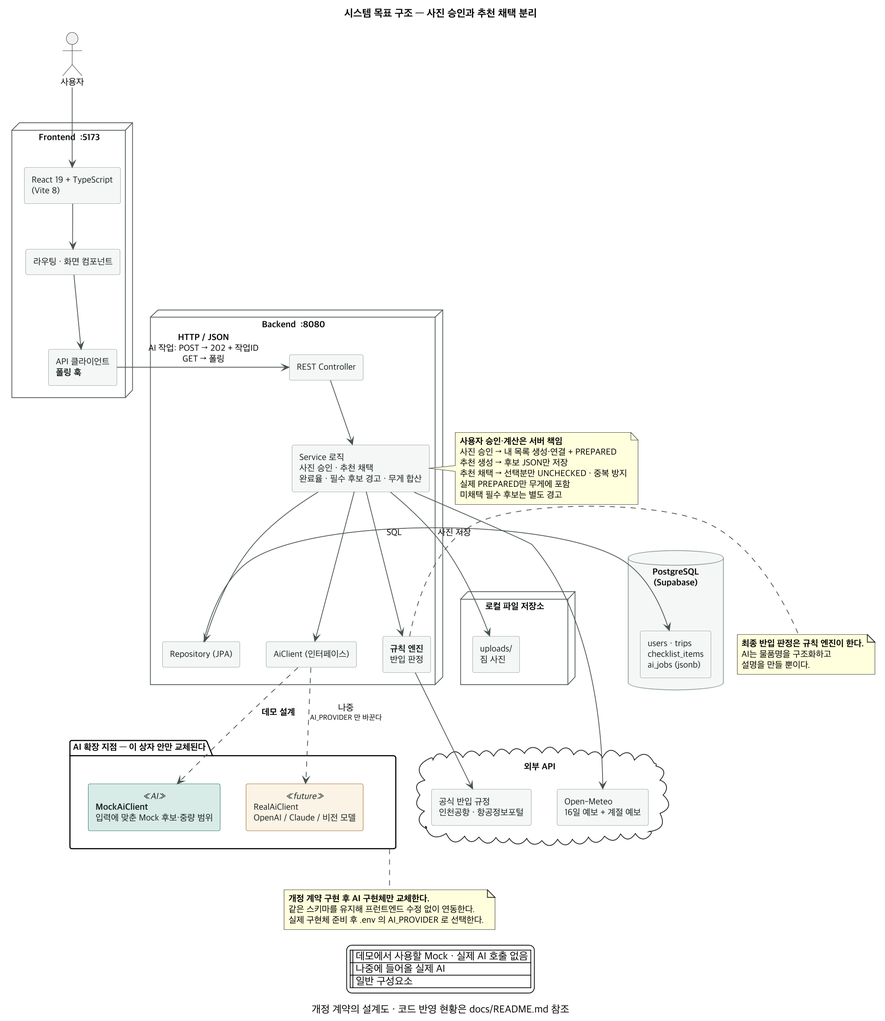
This is docs/images/04-architecture.png from SangMyeong5426/skala-mini-ai-web-service, a PlantUML export, as it was before one commit.
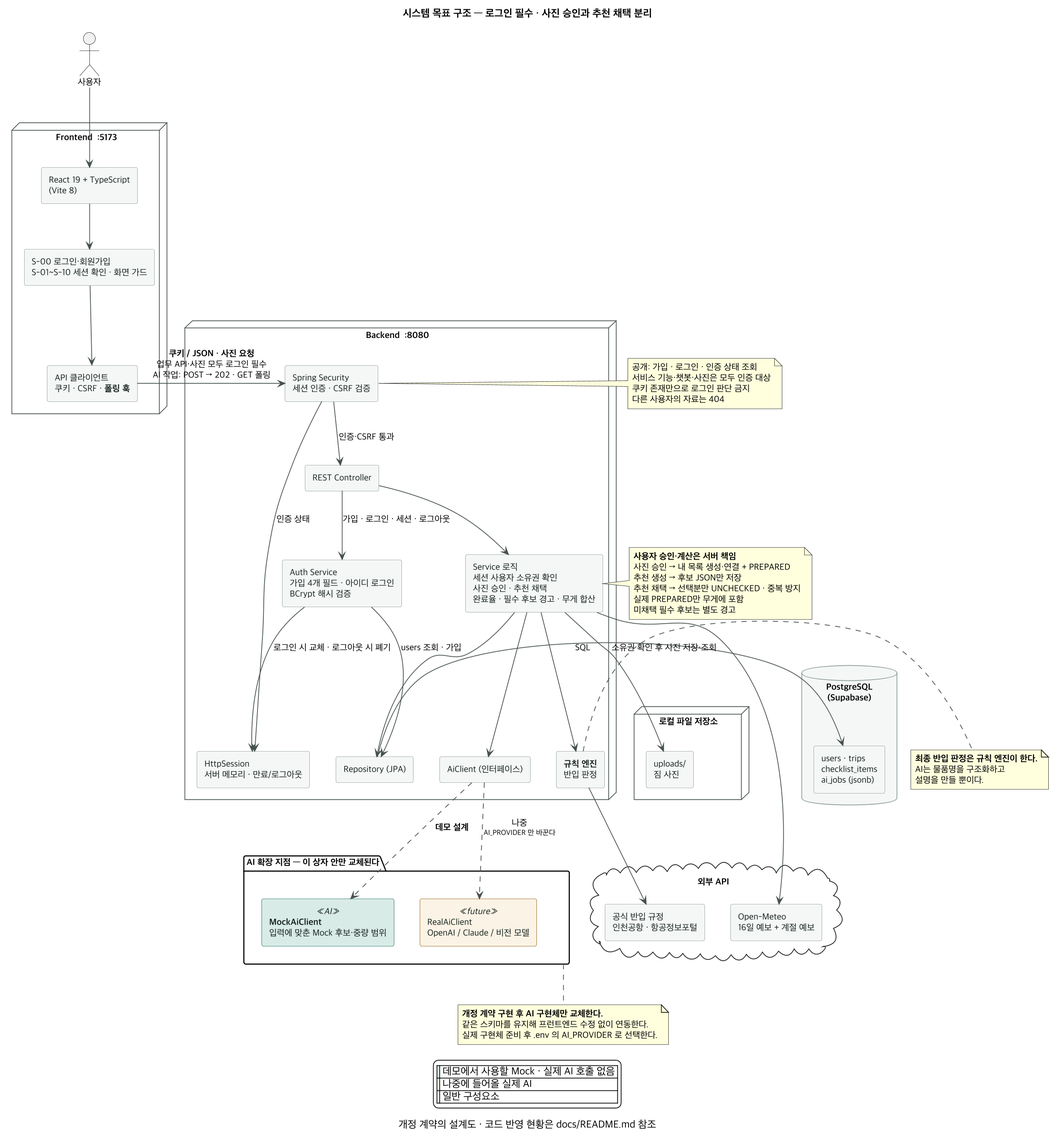
Later version of the same file.

Diff of the diagram source:
```diff
@@ -7,7 +7,7 @@
 skinparam defaultFontSize 12
 skinparam ArrowColor #46524E
 skinparam componentStyle rectangle
-title 시스템 목표 구조 — 사진 승인과 추천 채택 분리
+title 시스템 목표 구조 — 로그인 필수 · 사진 승인과 추천 채택 분리
 caption 개정 계약의 설계도 · 코드 반영 현황은 docs/README.md 참조
 
 skinparam component {
@@ -32,13 +32,16 @@
 
 node "Frontend  :5173" as FE {
   component "React 19 + TypeScript\n(Vite 8)" as FEAPP
-  component "라우팅 · 화면 컴포넌트" as FEUI
-  component "API 클라이언트\n**폴링 훅**" as FEAPI
+  component "S-00 로그인·회원가입\nS-01~S-10 세션 확인 · 화면 가드" as FEUI
+  component "API 클라이언트\n쿠키 · CSRF · **폴링 훅**" as FEAPI
 }
 
 node "Backend  :8080" as BE {
+  component "Spring Security\n세션 인증 · CSRF 검증" as SECURITY
+  component "HttpSession\n서버 메모리 · 만료/로그아웃" as SESSION
   component "REST Controller" as CTRL
-  component "Service 로직\n사진 승인 · 추천 채택\n완료율 · 필수 후보 경고 · 무게 합산" as SVC
+  component "Auth Service\n가입 4개 필드 · 아이디 로그인\nBCrypt 해시 검증" as AUTH
+  component "Service 로직\n세션 사용자 소유권 확인\n사진 승인 · 추천 채택\n완료율 · 필수 후보 경고 · 무게 합산" as SVC
   component "Repository (JPA)" as REPO
   component "**규칙 엔진**\n반입 판정" as RULE
   component "AiClient (인터페이스)" as IFACE
@@ -66,13 +69,18 @@
 FEAPP --> FEUI
 FEUI --> FEAPI
 
-FEAPI -right-> CTRL : **HTTP / JSON**\nAI 작업: POST → 202 + 작업ID\nGET → 폴링
+FEAPI -right-> SECURITY : **쿠키 / JSON · 사진 요청**\n업무 API·사진 모두 로그인 필수\nAI 작업: POST → 202 · GET 폴링
+SECURITY --> CTRL : 인증·CSRF 통과
+SECURITY --> SESSION : 인증 상태
+CTRL --> AUTH : 가입 · 로그인 · 세션 · 로그아웃
+AUTH --> REPO : users 조회 · 가입
+AUTH --> SESSION : 로그인 시 교체 · 로그아웃 시 폐기
 CTRL --> SVC
 SVC --> REPO
 SVC --> RULE
 SVC --> IFACE
 REPO -right-> TABLES : SQL
-SVC --> UP : 사진 저장
+SVC --> UP : 소유권 확인 후 사진 저장·조회
 
 IFACE ..> MOCK : **데모 설계**
 IFACE ..> REAL : 나중\n<size:10>AI_PROVIDER 만 바꾼다</size>
@@ -95,6 +103,13 @@
   미채택 필수 후보는 별도 경고
 end note
 
+note right of SECURITY
+  공개: 가입 · 로그인 · 인증 상태 조회
+  서비스 기능·챗봇·사진은 모두 인증 대상
+  쿠키 존재만으로 로그인 판단 금지
+  다른 사용자의 자료는 404
+end note
+
 note right of RULE
   **최종 반입 판정은 규칙 엔진이 한다.**
   AI는 물품명을 구조화하고
```
